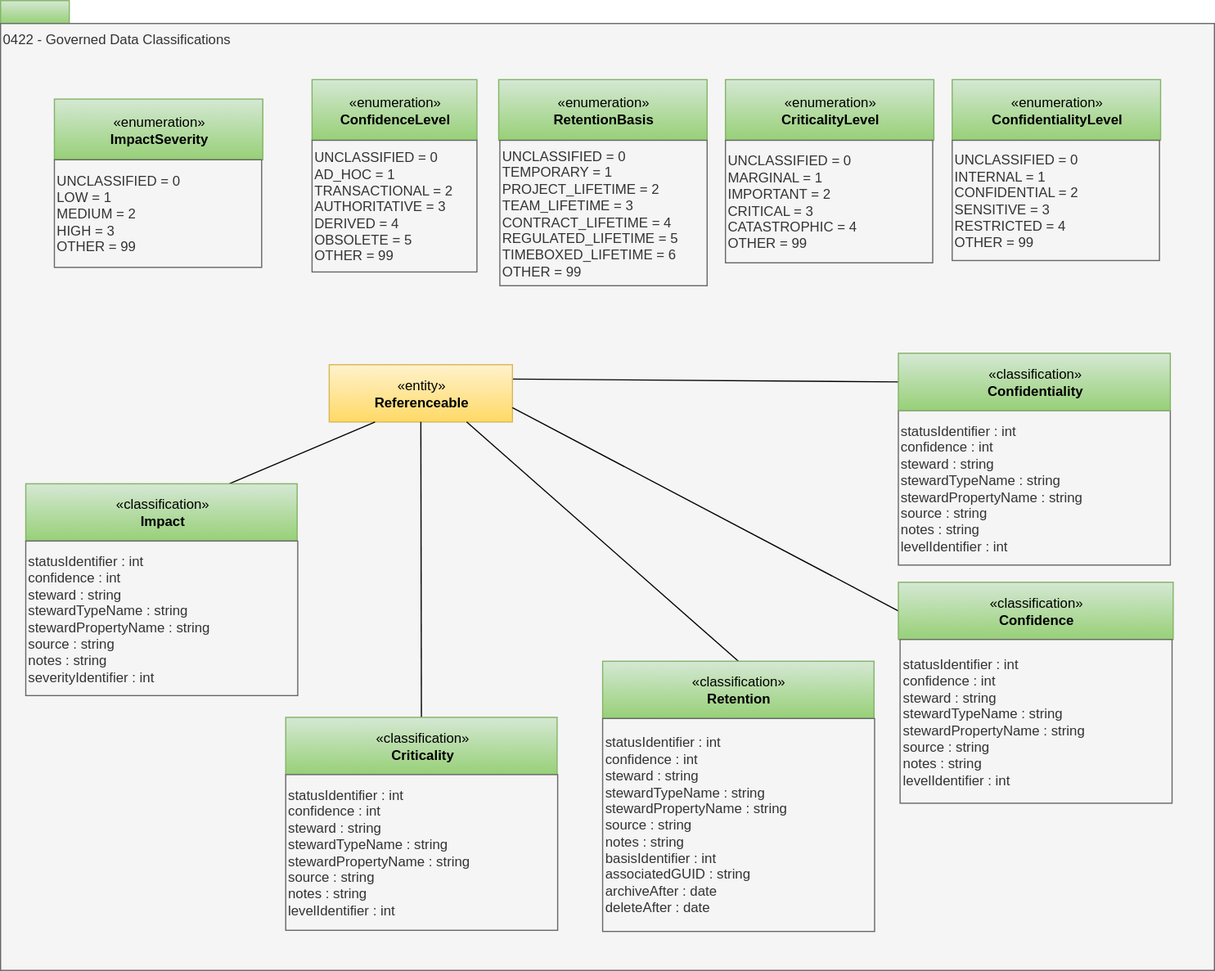
Before: site/docs/types/4/0422-Governed-Data-Classifications.svg, a diagram exported from draw.io (odpi/egeria-docs). Source tidied: cells renumbered, new cells last; positions are measured from the earlier drawing's top-left corner, leaving out a move shared by most shapes.
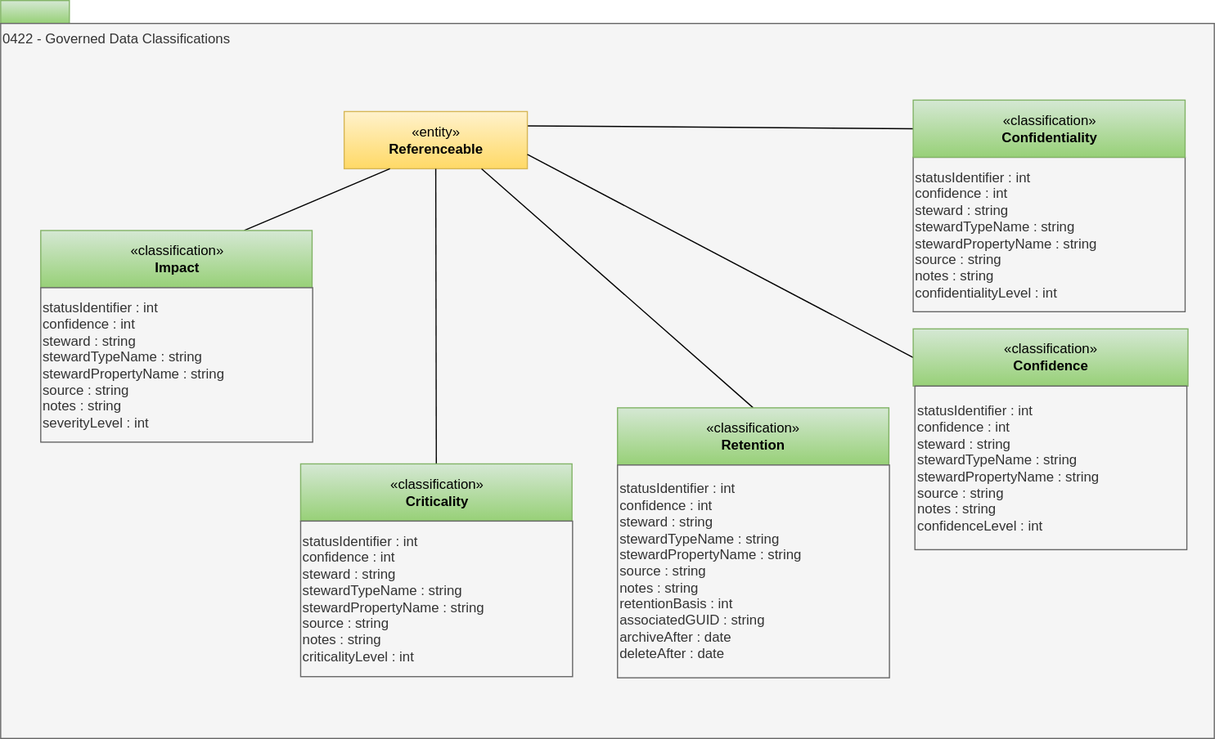
Later version of the same file.

What changed in the source:
```diff
@@ -3,12 +3,12 @@
     <mxCell id="0" />
     <mxCell id="1" parent="0" />
     <mxCell id="2" style="rounded=0;whiteSpace=wrap;html=1;align=left;fillColor=#d5e8d4;strokeColor=#82b366;gradientColor=#97d077;" parent="1" vertex="1">
-      <mxGeometry width="60" height="20" as="geometry" />
+      <mxGeometry x="-13" y="221" width="60" height="20" as="geometry" />
     </mxCell>
     <mxCell id="3" value="0422 - Governed Data Classifications" style="rounded=0;whiteSpace=wrap;html=1;align=left;verticalAlign=top;fillColor=#f5f5f5;fontColor=#333333;strokeColor=#666666;" parent="1" vertex="1">
-      <mxGeometry y="20" width="1060" height="827" as="geometry" />
+      <mxGeometry x="-13" y="241" width="1060" height="625" as="geometry" />
     </mxCell>
-    <mxCell id="4" value="statusIdentifier : int&lt;br&gt;&lt;span&gt;confidence : int&lt;br&gt;steward : string&lt;br&gt;&lt;/span&gt;stewardTypeName : string&lt;br&gt;stewardPropertyName : string&lt;span&gt;&lt;br&gt;source : string&lt;br&gt;notes : string&lt;br&gt;levelIdentifier : int&lt;br&gt;&lt;/span&gt;" style="rounded=0;whiteSpace=wrap;html=1;strokeColor=#666666;align=left;fillColor=#f5f5f5;fontColor=#333333;" parent="1" vertex="1">
+    <mxCell id="4" value="statusIdentifier : int&lt;br&gt;&lt;span&gt;confidence : int&lt;br&gt;steward : string&lt;br&gt;&lt;/span&gt;stewardTypeName : string&lt;br&gt;stewardPropertyName : string&lt;span&gt;&lt;br&gt;source : string&lt;br&gt;notes : string&lt;br&gt;confidentialityLevel : int&lt;br&gt;&lt;/span&gt;" style="rounded=0;whiteSpace=wrap;html=1;strokeColor=#666666;align=left;fillColor=#f5f5f5;fontColor=#333333;" parent="1" vertex="1">
       <mxGeometry x="784" y="358" width="237.5" height="135" as="geometry" />
     </mxCell>
     <mxCell id="5" style="rounded=0;html=1;endArrow=none;endFill=0;jettySize=auto;exitX=1;exitY=0.25;exitDx=0;exitDy=0;entryX=0;entryY=0.5;entryDx=0;entryDy=0;" parent="1" edge="1" source="6" target="7">
@@ -38,13 +38,13 @@
     <mxCell id="13" value="«classification»&lt;br&gt;&lt;b&gt;Criticality&lt;/b&gt;" style="html=1;strokeColor=#82b366;align=center;fillColor=#d5e8d4;gradientColor=#97d077;" parent="1" vertex="1">
       <mxGeometry x="249" y="626" width="237" height="50" as="geometry" />
     </mxCell>
-    <mxCell id="14" value="statusIdentifier : int&lt;br&gt;&lt;span&gt;confidence : int&lt;br&gt;steward : string&lt;br&gt;&lt;/span&gt;stewardTypeName : string&lt;br&gt;stewardPropertyName : string&lt;span&gt;&lt;br&gt;source : string&lt;br&gt;notes : string&lt;br&gt;levelIdentifier : int&lt;br&gt;&lt;/span&gt;" style="rounded=0;whiteSpace=wrap;html=1;strokeColor=#666666;align=left;fillColor=#f5f5f5;fontColor=#333333;" parent="1" vertex="1">
+    <mxCell id="14" value="statusIdentifier : int&lt;br&gt;&lt;span&gt;confidence : int&lt;br&gt;steward : string&lt;br&gt;&lt;/span&gt;stewardTypeName : string&lt;br&gt;stewardPropertyName : string&lt;span&gt;&lt;br&gt;source : string&lt;br&gt;notes : string&lt;br&gt;confidenceLevel : int&lt;br&gt;&lt;/span&gt;" style="rounded=0;whiteSpace=wrap;html=1;strokeColor=#666666;align=left;fillColor=#f5f5f5;fontColor=#333333;" parent="1" vertex="1">
       <mxGeometry x="785.5" y="558" width="237.5" height="143" as="geometry" />
     </mxCell>
-    <mxCell id="15" value="statusIdentifier : int&lt;br&gt;&lt;span&gt;confidence : int&lt;br&gt;steward : string&lt;br&gt;&lt;/span&gt;stewardTypeName : string&lt;br&gt;stewardPropertyName : string&lt;span&gt;&lt;br&gt;source : string&lt;br&gt;notes : string&lt;br&gt;basisIdentifier : int&lt;br&gt;associatedGUID : string&lt;br&gt;archiveAfter : date&lt;br&gt;deleteAfter : date&lt;br&gt;&lt;/span&gt;" style="rounded=0;whiteSpace=wrap;html=1;strokeColor=#666666;align=left;fillColor=#f5f5f5;fontColor=#333333;" parent="1" vertex="1">
+    <mxCell id="15" value="statusIdentifier : int&lt;br&gt;&lt;span&gt;confidence : int&lt;br&gt;steward : string&lt;br&gt;&lt;/span&gt;stewardTypeName : string&lt;br&gt;stewardPropertyName : string&lt;span&gt;&lt;br&gt;source : string&lt;br&gt;notes : string&lt;br&gt;retentionBasis : int&lt;br&gt;associatedGUID : string&lt;br&gt;archiveAfter : date&lt;br&gt;deleteAfter : date&lt;br&gt;&lt;/span&gt;" style="rounded=0;whiteSpace=wrap;html=1;strokeColor=#666666;align=left;fillColor=#f5f5f5;fontColor=#333333;" parent="1" vertex="1">
       <mxGeometry x="525.8" y="627" width="237.5" height="186" as="geometry" />
     </mxCell>
-    <mxCell id="16" value="&lt;span&gt;statusIdentifier : int&lt;br&gt;confidence : int&lt;br&gt;steward : string&lt;br&gt;&lt;/span&gt;stewardTypeName : string&lt;br&gt;stewardPropertyName : string&lt;span&gt;&lt;br&gt;source : string&lt;br&gt;notes : string&lt;br&gt;levelIdentifier : int&lt;br&gt;&lt;/span&gt;" style="rounded=0;whiteSpace=wrap;html=1;strokeColor=#666666;align=left;fillColor=#f5f5f5;fontColor=#333333;" parent="1" vertex="1">
+    <mxCell id="16" value="&lt;span&gt;statusIdentifier : int&lt;br&gt;confidence : int&lt;br&gt;steward : string&lt;br&gt;&lt;/span&gt;stewardTypeName : string&lt;br&gt;stewardPropertyName : string&lt;span&gt;&lt;br&gt;source : string&lt;br&gt;notes : string&lt;br&gt;criticalityLevel : int&lt;br&gt;&lt;/span&gt;" style="rounded=0;whiteSpace=wrap;html=1;strokeColor=#666666;align=left;fillColor=#f5f5f5;fontColor=#333333;" parent="1" vertex="1">
       <mxGeometry x="249" y="676" width="237.5" height="136" as="geometry" />
     </mxCell>
     <mxCell id="17" style="edgeStyle=none;rounded=0;jettySize=auto;html=1;exitX=0.75;exitY=0;exitDx=0;exitDy=0;entryX=0.25;entryY=1;entryDx=0;entryDy=0;endArrow=none;endFill=0;endSize=19;strokeWidth=1;" parent="1" edge="1" source="18" target="6">
@@ -53,38 +53,8 @@
     <mxCell id="18" value="«classification»&lt;br&gt;&lt;b&gt;Impact&lt;/b&gt;" style="html=1;strokeColor=#82b366;align=center;fillColor=#d5e8d4;gradientColor=#97d077;" parent="1" vertex="1">
       <mxGeometry x="22" y="422" width="237" height="50" as="geometry" />
     </mxCell>
-    <mxCell id="19" value="statusIdentifier : int&lt;br&gt;&lt;span&gt;confidence : int&lt;br&gt;steward : string&lt;br&gt;stewardTypeName : string&lt;br&gt;stewardPropertyName : string&amp;nbsp;&lt;br&gt;source : string&lt;br&gt;notes : string&lt;br&gt;severityIdentifier : int&lt;br&gt;&lt;/span&gt;" style="rounded=0;whiteSpace=wrap;html=1;strokeColor=#666666;align=left;fillColor=#f5f5f5;fontColor=#333333;" parent="1" vertex="1">
+    <mxCell id="19" value="statusIdentifier : int&lt;br&gt;&lt;span&gt;confidence : int&lt;br&gt;steward : string&lt;br&gt;stewardTypeName : string&lt;br&gt;stewardPropertyName : string&amp;nbsp;&lt;br&gt;source : string&lt;br&gt;notes : string&lt;br&gt;severityLevel : int&lt;br&gt;&lt;/span&gt;" style="rounded=0;whiteSpace=wrap;html=1;strokeColor=#666666;align=left;fillColor=#f5f5f5;fontColor=#333333;" parent="1" vertex="1">
       <mxGeometry x="22" y="472" width="237.5" height="135" as="geometry" />
     </mxCell>
-    <mxCell id="20" value="«enumeration»&lt;br&gt;&lt;b&gt;ConfidenceLevel&lt;/b&gt;" style="html=1;strokeColor=#82b366;align=center;fillColor=#d5e8d4;gradientColor=#97d077;" parent="1" vertex="1">
-      <mxGeometry x="272" y="69" width="144" height="53" as="geometry" />
-    </mxCell>
-    <mxCell id="21" value="UNCLASSIFIED = 0&lt;br&gt;AD_HOC = 1&lt;br&gt;TRANSACTIONAL = 2&lt;br&gt;AUTHORITATIVE = 3&lt;br&gt;DERIVED = 4&lt;br&gt;OBSOLETE = 5&lt;br&gt;OTHER = 99" style="rounded=0;whiteSpace=wrap;html=1;strokeColor=#666666;align=left;fillColor=#f5f5f5;fontColor=#333333;" parent="1" vertex="1">
-      <mxGeometry x="272" y="122" width="144" height="115" as="geometry" />
-    </mxCell>
-    <mxCell id="22" value="«enumeration»&lt;br&gt;&lt;b&gt;RetentionBasis&lt;/b&gt;" style="html=1;strokeColor=#82b366;align=center;fillColor=#d5e8d4;gradientColor=#97d077;" parent="1" vertex="1">
-      <mxGeometry x="435" y="69" width="182" height="53" as="geometry" />
-    </mxCell>
-    <mxCell id="23" value="UNCLASSIFIED = 0&lt;br&gt;TEMPORARY = 1&lt;br&gt;PROJECT_LIFETIME = 2&lt;br&gt;TEAM_LIFETIME = 3&lt;br&gt;CONTRACT_LIFETIME = 4&lt;br&gt;REGULATED_LIFETIME = 5&lt;br&gt;TIMEBOXED_LIFETIME = 6&lt;br&gt;OTHER = 99" style="rounded=0;whiteSpace=wrap;html=1;strokeColor=#666666;align=left;fillColor=#f5f5f5;fontColor=#333333;" parent="1" vertex="1">
-      <mxGeometry x="436" y="122" width="181" height="127" as="geometry" />
-    </mxCell>
-    <mxCell id="24" value="«enumeration»&lt;br&gt;&lt;b&gt;CriticalityLevel&lt;/b&gt;" style="html=1;strokeColor=#82b366;align=center;fillColor=#d5e8d4;gradientColor=#97d077;" parent="1" vertex="1">
-      <mxGeometry x="633" y="69" width="182" height="53" as="geometry" />
-    </mxCell>
-    <mxCell id="25" value="UNCLASSIFIED = 0&lt;br&gt;MARGINAL = 1&lt;br&gt;IMPORTANT = 2&lt;br&gt;CRITICAL = 3&lt;br&gt;CATASTROPHIC = 4&lt;br&gt;OTHER = 99" style="rounded=0;whiteSpace=wrap;html=1;strokeColor=#666666;align=left;fillColor=#f5f5f5;fontColor=#333333;" parent="1" vertex="1">
-      <mxGeometry x="633" y="122" width="181" height="107" as="geometry" />
-    </mxCell>
-    <mxCell id="26" value="«enumeration»&lt;br&gt;&lt;b&gt;ConfidentialityLevel&lt;/b&gt;" style="html=1;strokeColor=#82b366;align=center;fillColor=#d5e8d4;gradientColor=#97d077;" parent="1" vertex="1">
-      <mxGeometry x="831" y="69" width="182" height="53" as="geometry" />
-    </mxCell>
-    <mxCell id="27" value="UNCLASSIFIED = 0&lt;br&gt;INTERNAL = 1&lt;br&gt;CONFIDENTIAL = 2&lt;br&gt;SENSITIVE = 3&lt;br&gt;RESTRICTED = 4&lt;br&gt;OTHER = 99" style="rounded=0;whiteSpace=wrap;html=1;strokeColor=#666666;align=left;fillColor=#f5f5f5;fontColor=#333333;" parent="1" vertex="1">
-      <mxGeometry x="831" y="122" width="181" height="105" as="geometry" />
-    </mxCell>
-    <mxCell id="28" value="«enumeration»&lt;br&gt;&lt;b&gt;ImpactSeverity&lt;/b&gt;" style="html=1;strokeColor=#82b366;align=center;fillColor=#d5e8d4;gradientColor=#97d077;" parent="1" vertex="1">
-      <mxGeometry x="47" y="86" width="182" height="53" as="geometry" />
-    </mxCell>
-    <mxCell id="29" value="UNCLASSIFIED = 0&lt;br&gt;LOW = 1&lt;br&gt;MEDIUM = 2&lt;br&gt;HIGH = 3&lt;br&gt;OTHER = 99" style="rounded=0;whiteSpace=wrap;html=1;strokeColor=#666666;align=left;fillColor=#f5f5f5;fontColor=#333333;" parent="1" vertex="1">
-      <mxGeometry x="47" y="139" width="181" height="94" as="geometry" />
-    </mxCell>
   </root>
 </mxGraphModel>
```
